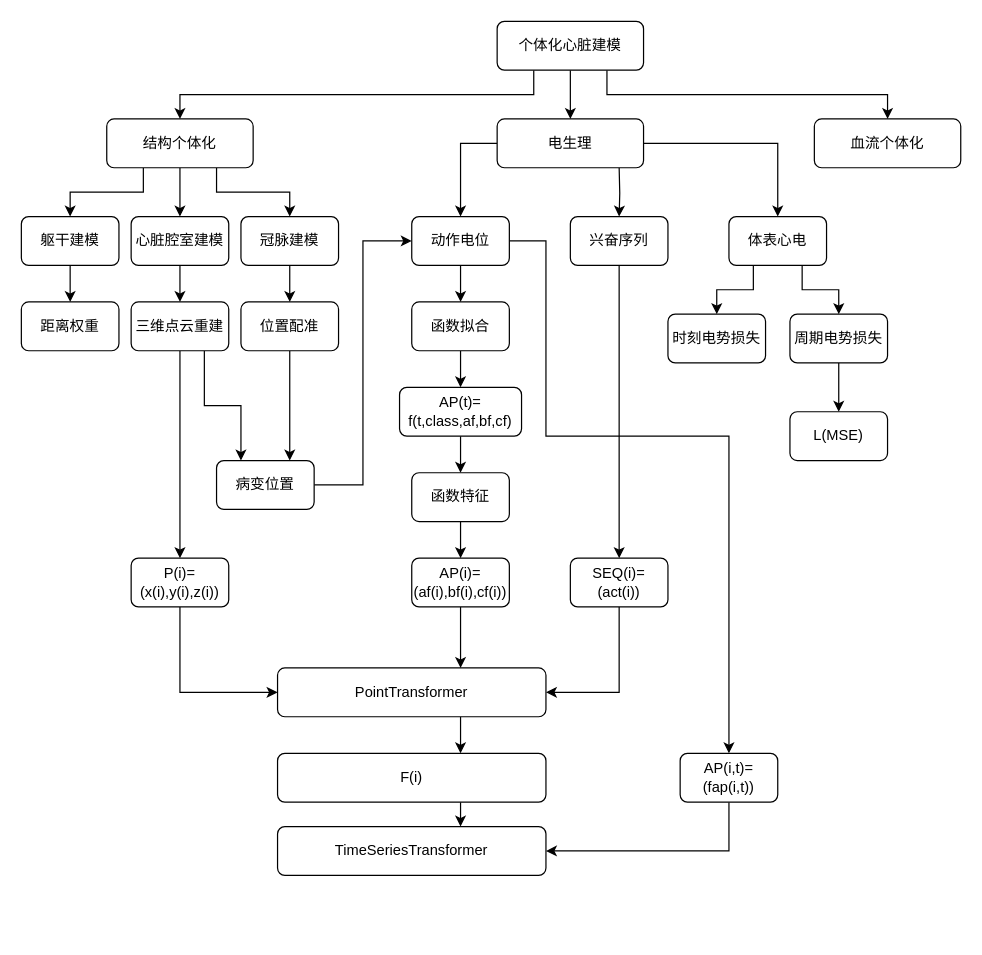
The draw.io diagram indi.drawio in Vingoooo/Individual, before the edit. Source tidied: cells renumbered, new cells numbered last; positions are measured from the earlier drawing's top-left corner, leaving out a move shared by most shapes. Both pictures are drawn from the tidied source at 122%, with x=0, y=0 at pixel (21, 21).
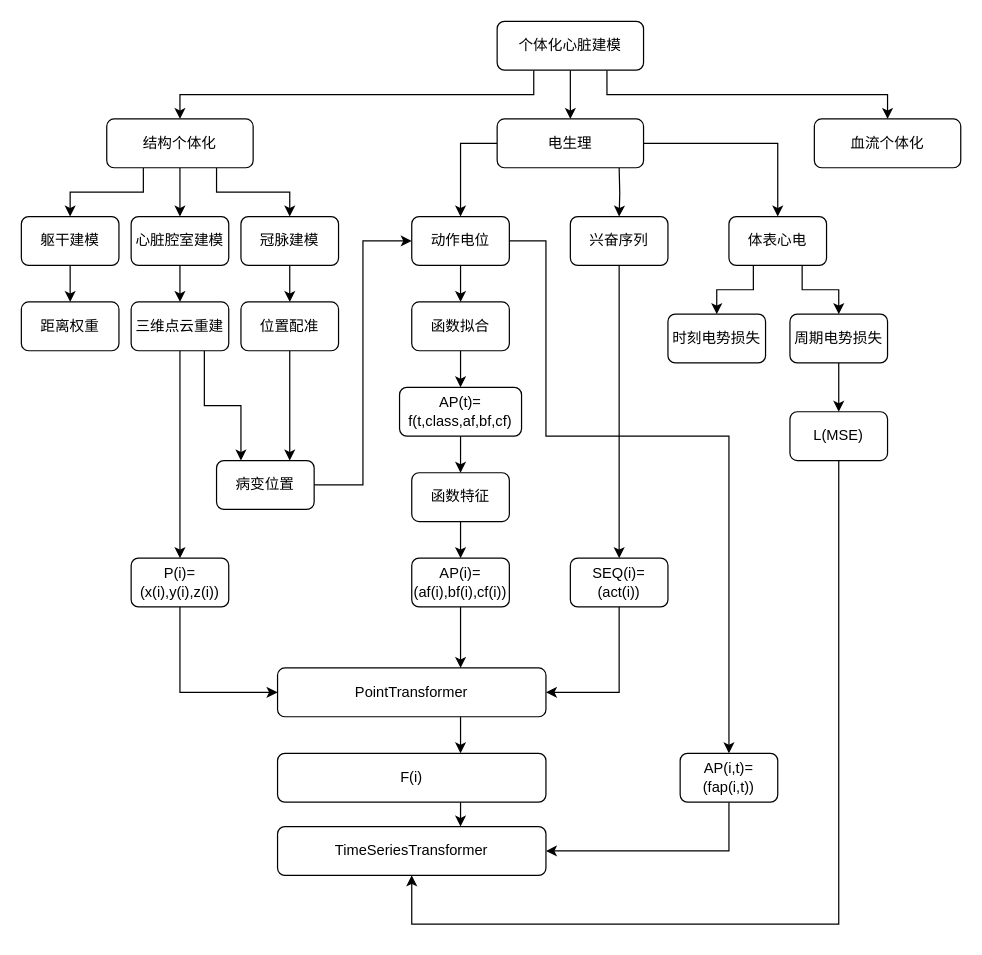
The same page after the edit.

The change refers to these unchanged cells:
```xml
<mxCell id="47" value="L(MSE)" style="rounded=1;whiteSpace=wrap;html=1;fontSize=12;glass=0;strokeWidth=1;shadow=0;" parent="1" vertex="1">
  <mxGeometry x="630" y="320" width="80" height="40" as="geometry" />
</mxCell>
<mxCell id="52" value="TimeSeriesTransformer" style="rounded=1;whiteSpace=wrap;html=1;fontSize=12;glass=0;strokeWidth=1;shadow=0;" parent="1" vertex="1">
  <mxGeometry x="210" y="660" width="220" height="40" as="geometry" />
</mxCell>
```

The edit, as a diff of the source:
```diff
@@
+    <mxCell id="60" style="edgeStyle=orthogonalEdgeStyle;rounded=0;jettySize=auto;html=1;exitX=0.5;exitY=1;exitDx=0;exitDy=0;entryX=0.5;entryY=1;entryDx=0;entryDy=0;" parent="1" edge="1" source="47" target="52">
+      <mxGeometry relative="1" as="geometry">
+        <Array as="points">
+          <mxPoint x="670" y="740" />
+          <mxPoint x="320" y="740" />
+        </Array>
+      </mxGeometry>
+    </mxCell>
```
